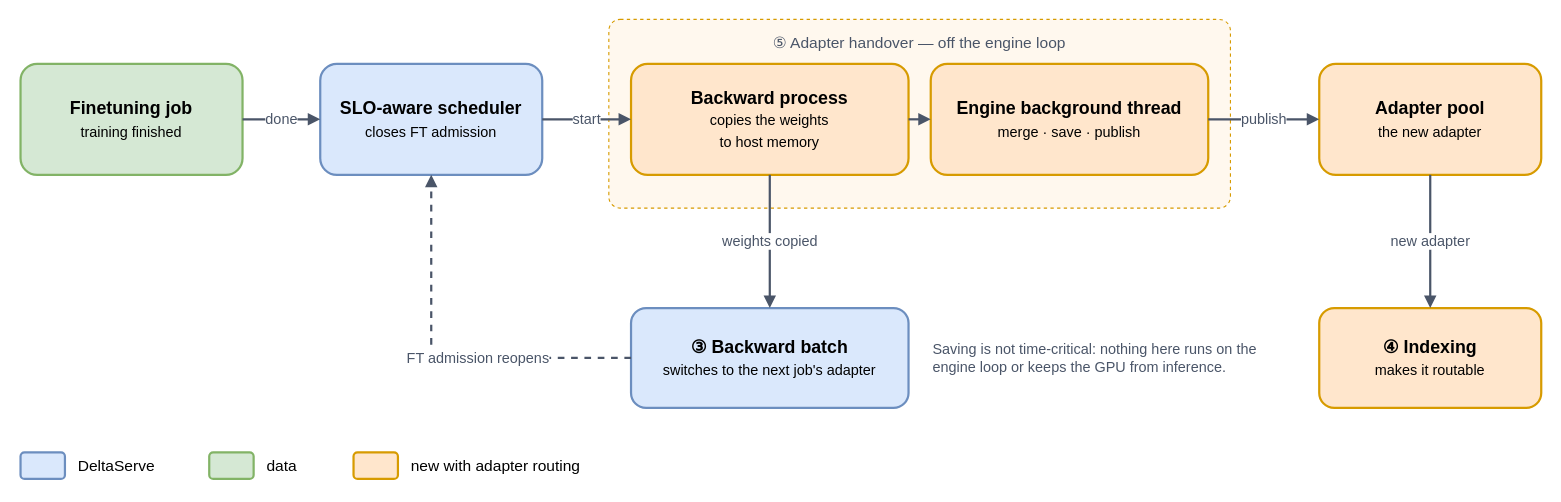
Before: docs/figures/scheduling/08-adapter-handover.drawio in 852866031/DeltaServe-vLLM, a draw.io diagram. Source tidied: cells renumbered, new cells numbered last; positions are measured from the earlier drawing's top-left corner, leaving out a move shared by most shapes. Both pictures are drawn from the tidied source at 111%, with x=0, y=0 at pixel (20, 19).
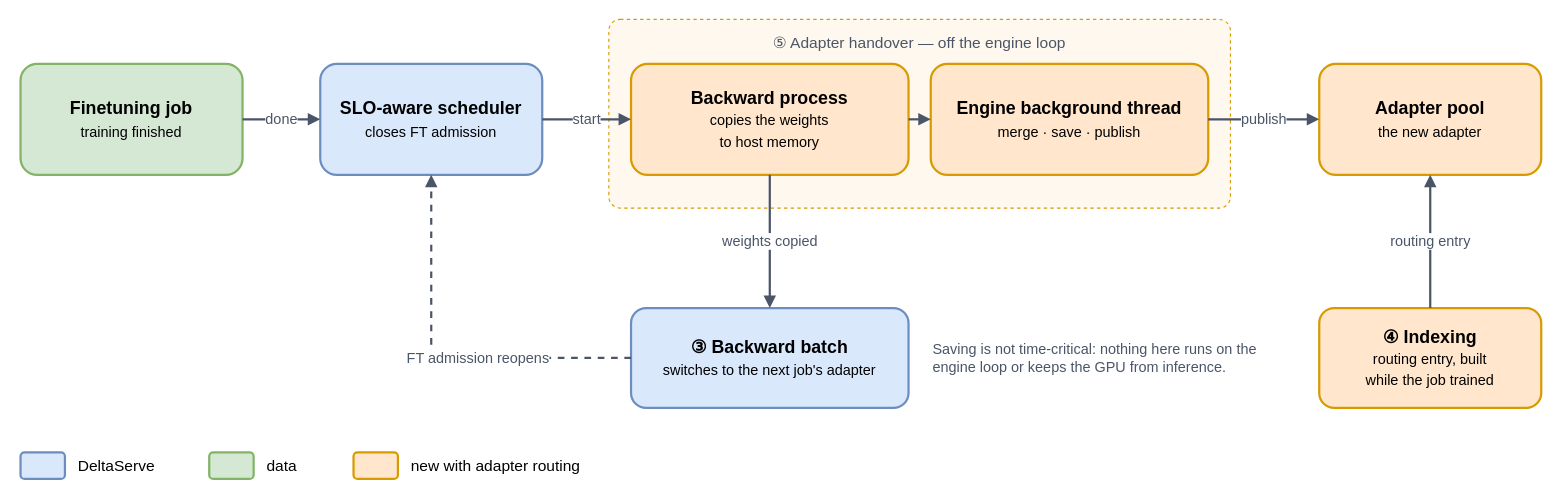
Above is the later version.

Commit message (it also covers changes not shown here):
docs: indexing runs in parallel with training (lifecycle, indexing, handover figures + text); lifecycle inputs in the left column

Unchanged cells that the change refers to:
```xml
<mxCell id="7" value="&lt;b&gt;Adapter pool&lt;/b&gt;&lt;br&gt;&lt;font style=&quot;font-size:13px&quot;&gt;the new adapter&lt;/font&gt;" style="rounded=1;whiteSpace=wrap;html=1;fontSize=16;fillColor=#FFE6CC;strokeColor=#D79B00;strokeWidth=2;" parent="1" vertex="1">
  <mxGeometry x="1170" y="40" width="200" height="100" as="geometry" />
</mxCell>
```

Change to the diagram source:
```diff
@@
-    <mxCell id="9" value="&lt;b&gt;④ Indexing&lt;/b&gt;&lt;br&gt;&lt;font style=&quot;font-size:13px&quot;&gt;makes it routable&lt;/font&gt;" style="rounded=1;whiteSpace=wrap;html=1;fontSize=16;fillColor=#FFE6CC;strokeColor=#D79B00;strokeWidth=2;" parent="1" vertex="1">
+    <mxCell id="9" value="&lt;b&gt;④ Indexing&lt;/b&gt;&lt;br&gt;&lt;font style=&quot;font-size:13px&quot;&gt;routing entry, built&lt;br&gt;while the job trained&lt;/font&gt;" style="rounded=1;whiteSpace=wrap;html=1;fontSize=16;fillColor=#FFE6CC;strokeColor=#D79B00;strokeWidth=2;" parent="1" vertex="1">
       <mxGeometry x="1170" y="260" width="200" height="90" as="geometry" />
     </mxCell>
@@
-    <mxCell id="15" value="new adapter" style="html=1;strokeColor=#4A5568;strokeWidth=2;fontSize=13;fontColor=#4A5568;endArrow=block;" parent="1" edge="1" source="7" target="9">
+    <mxCell id="15" value="routing entry" style="html=1;strokeColor=#4A5568;strokeWidth=2;fontSize=13;fontColor=#4A5568;endArrow=block;" parent="1" edge="1" source="9" target="7">
       <mxGeometry relative="1" as="geometry" />
     </mxCell>
```
